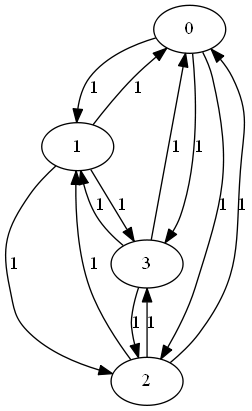
The Graphviz diagram tekst/processors_4.png in kaczuss/geo-scheduling, before a commit. Its source is kept beside it as tekst/processors_4.gv. Its diagram source:
```dot
digraph processors {
0 -> 1 [label="1"];
0 -> 2 [label="1"];
0 -> 3 [label="1"];
1 -> 0 [label="1"];
1 -> 2 [label="1"];
1 -> 3 [label="1"];
2 -> 0 [label="1"];
2 -> 1 [label="1"];
2 -> 3 [label="1"];
3 -> 0 [label="1"];
3 -> 1 [label="1"];
3 -> 2 [label="1"];
}
```
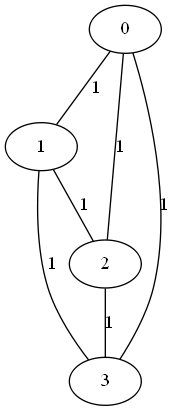
Above is the later version.

The edit, as a diff of the source:
```diff
@@ -1,14 +1,9 @@
 digraph processors {
+edge [arrowhead="none",arrowtail="none"];
 0 -> 1 [label="1"];
 0 -> 2 [label="1"];
 0 -> 3 [label="1"];
-1 -> 0 [label="1"];
 1 -> 2 [label="1"];
 1 -> 3 [label="1"];
-2 -> 0 [label="1"];
-2 -> 1 [label="1"];
 2 -> 3 [label="1"];
-3 -> 0 [label="1"];
-3 -> 1 [label="1"];
-3 -> 2 [label="1"];
 }
```
